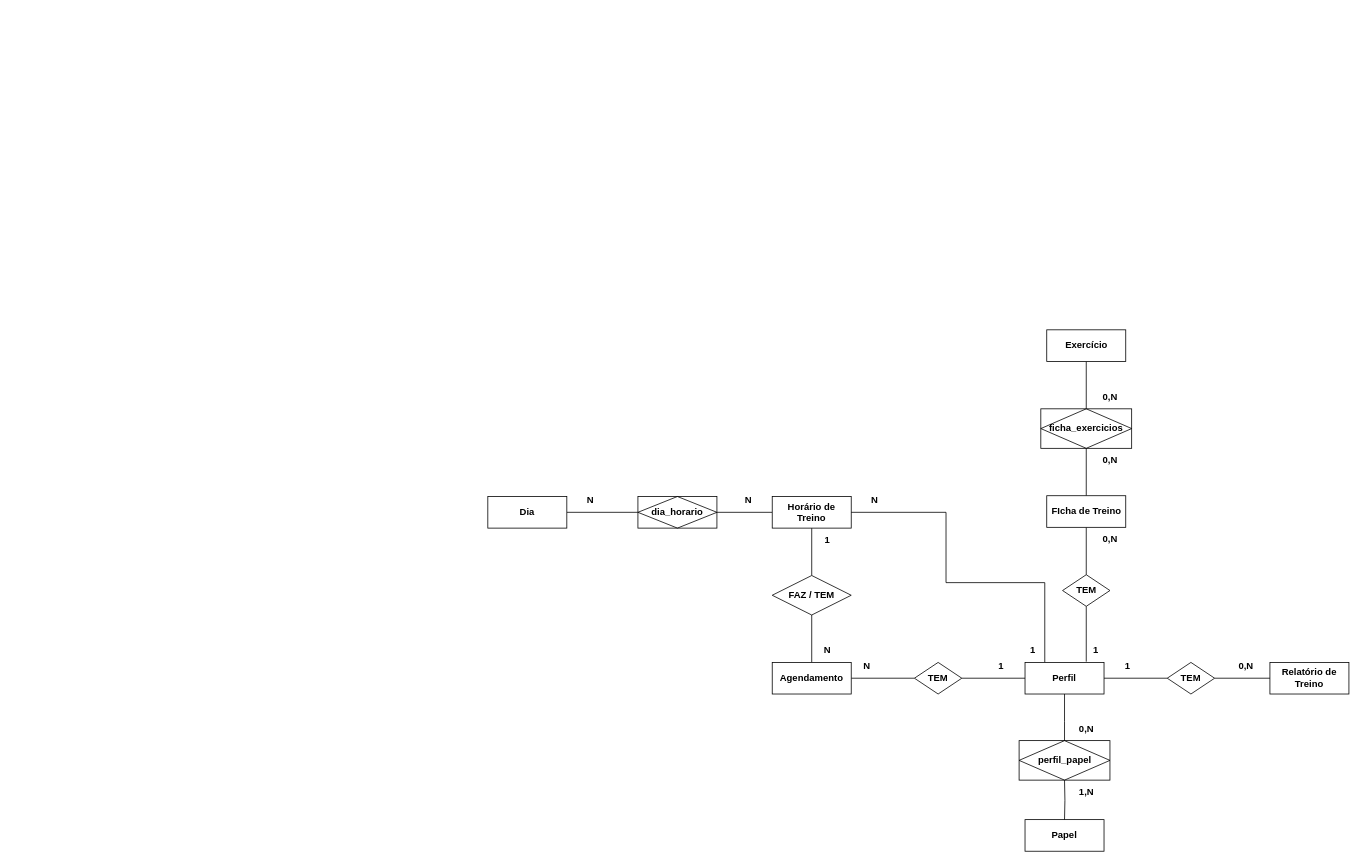
Above: gyma-der.drawio in gyma-project/gyma-docs (draw.io), before the change. Source tidied: cells renumbered, new cells numbered last; positions are measured from the earlier drawing's top-left corner, leaving out a move shared by most shapes. Both pictures are drawn from the tidied source at 79%, with x=0, y=0 at pixel (487, 329).
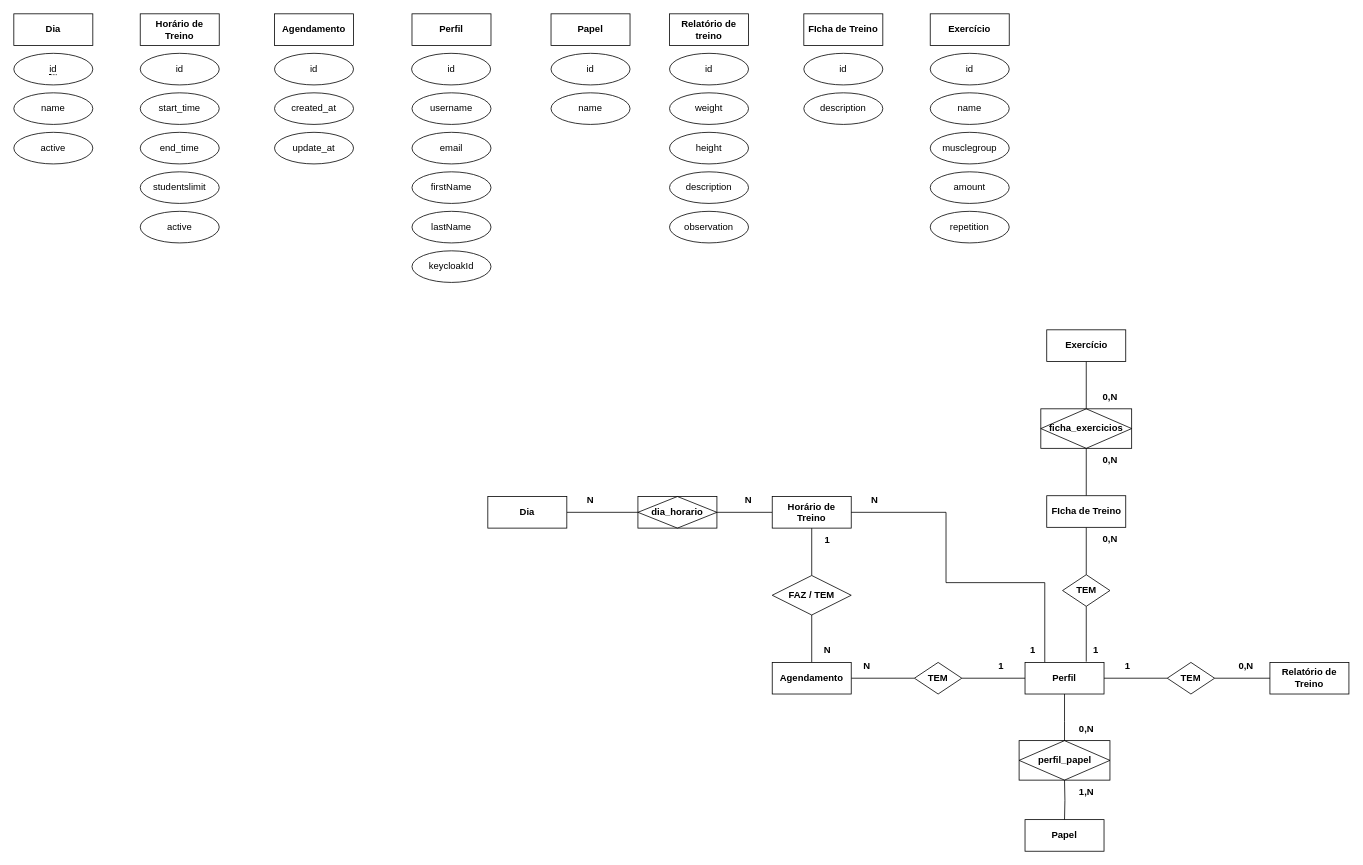
The same page after the edit.

Commit message:
refactor: der e modelo logico

Diff of the diagram source:
```diff
@@
+    <mxCell id="48" value="Dia" style="whiteSpace=wrap;html=1;align=center;fontStyle=1;" parent="1" vertex="1">
+      <mxGeometry x="-600" y="-400" width="100" height="40" as="geometry" />
+    </mxCell>
+    <mxCell id="49" value="&lt;span style=&quot;border-bottom: 1px dotted&quot;&gt;id&lt;/span&gt;" style="ellipse;whiteSpace=wrap;html=1;align=center;" parent="1" vertex="1">
+      <mxGeometry x="-600" y="-350" width="100" height="40" as="geometry" />
+    </mxCell>
+    <mxCell id="50" value="name" style="ellipse;whiteSpace=wrap;html=1;align=center;" parent="1" vertex="1">
+      <mxGeometry x="-600" y="-300" width="100" height="40" as="geometry" />
+    </mxCell>
+    <mxCell id="51" value="active" style="ellipse;whiteSpace=wrap;html=1;align=center;" parent="1" vertex="1">
+      <mxGeometry x="-600" y="-250" width="100" height="40" as="geometry" />
+    </mxCell>
+    <mxCell id="52" value="&lt;b&gt;Horário de Treino&lt;/b&gt;" style="whiteSpace=wrap;html=1;align=center;" parent="1" vertex="1">
+      <mxGeometry x="-440" y="-400" width="100" height="40" as="geometry" />
+    </mxCell>
+    <mxCell id="53" value="id" style="ellipse;whiteSpace=wrap;html=1;align=center;" parent="1" vertex="1">
+      <mxGeometry x="-440" y="-350" width="100" height="40" as="geometry" />
+    </mxCell>
+    <mxCell id="54" value="start_time" style="ellipse;whiteSpace=wrap;html=1;align=center;" parent="1" vertex="1">
+      <mxGeometry x="-440" y="-300" width="100" height="40" as="geometry" />
+    </mxCell>
+    <mxCell id="55" value="end_time" style="ellipse;whiteSpace=wrap;html=1;align=center;" parent="1" vertex="1">
+      <mxGeometry x="-440" y="-250" width="100" height="40" as="geometry" />
+    </mxCell>
+    <mxCell id="56" value="studentslimit" style="ellipse;whiteSpace=wrap;html=1;align=center;" parent="1" vertex="1">
+      <mxGeometry x="-440" y="-200" width="100" height="40" as="geometry" />
+    </mxCell>
+    <mxCell id="57" value="active" style="ellipse;whiteSpace=wrap;html=1;align=center;" parent="1" vertex="1">
+      <mxGeometry x="-440" y="-150" width="100" height="40" as="geometry" />
+    </mxCell>
+    <mxCell id="58" value="&lt;b&gt;Agendamento&lt;/b&gt;" style="whiteSpace=wrap;html=1;align=center;" parent="1" vertex="1">
+      <mxGeometry x="-270" y="-400" width="100" height="40" as="geometry" />
+    </mxCell>
+    <mxCell id="59" value="id" style="ellipse;whiteSpace=wrap;html=1;align=center;" parent="1" vertex="1">
+      <mxGeometry x="-270" y="-350" width="100" height="40" as="geometry" />
+    </mxCell>
+    <mxCell id="60" value="created_at" style="ellipse;whiteSpace=wrap;html=1;align=center;" parent="1" vertex="1">
+      <mxGeometry x="-270" y="-300" width="100" height="40" as="geometry" />
+    </mxCell>
+    <mxCell id="61" value="update_at" style="ellipse;whiteSpace=wrap;html=1;align=center;" parent="1" vertex="1">
+      <mxGeometry x="-270" y="-250" width="100" height="40" as="geometry" />
+    </mxCell>
+    <mxCell id="62" value="&lt;b&gt;Perfil&lt;/b&gt;" style="whiteSpace=wrap;html=1;align=center;" parent="1" vertex="1">
+      <mxGeometry x="-96" y="-400" width="100" height="40" as="geometry" />
+    </mxCell>
+    <mxCell id="63" value="id" style="ellipse;whiteSpace=wrap;html=1;align=center;" parent="1" vertex="1">
+      <mxGeometry x="-96.5" y="-350" width="100" height="40" as="geometry" />
+    </mxCell>
+    <mxCell id="64" value="username" style="ellipse;whiteSpace=wrap;html=1;align=center;" parent="1" vertex="1">
+      <mxGeometry x="-96" y="-300" width="100" height="40" as="geometry" />
+    </mxCell>
+    <mxCell id="65" value="email" style="ellipse;whiteSpace=wrap;html=1;align=center;" parent="1" vertex="1">
+      <mxGeometry x="-96" y="-250" width="100" height="40" as="geometry" />
+    </mxCell>
+    <mxCell id="66" value="firstName" style="ellipse;whiteSpace=wrap;html=1;align=center;" parent="1" vertex="1">
+      <mxGeometry x="-96" y="-200" width="100" height="40" as="geometry" />
+    </mxCell>
+    <mxCell id="67" value="lastName" style="ellipse;whiteSpace=wrap;html=1;align=center;" parent="1" vertex="1">
+      <mxGeometry x="-96" y="-150" width="100" height="40" as="geometry" />
+    </mxCell>
+    <mxCell id="68" value="keycloakId" style="ellipse;whiteSpace=wrap;html=1;align=center;" parent="1" vertex="1">
+      <mxGeometry x="-96" y="-100" width="100" height="40" as="geometry" />
+    </mxCell>
+    <mxCell id="69" value="Papel" style="whiteSpace=wrap;html=1;align=center;fontStyle=1;" parent="1" vertex="1">
+      <mxGeometry x="80" y="-400" width="100" height="40" as="geometry" />
+    </mxCell>
+    <mxCell id="70" value="id" style="ellipse;whiteSpace=wrap;html=1;align=center;" parent="1" vertex="1">
+      <mxGeometry x="80" y="-350" width="100" height="40" as="geometry" />
+    </mxCell>
+    <mxCell id="71" value="name" style="ellipse;whiteSpace=wrap;html=1;align=center;" parent="1" vertex="1">
+      <mxGeometry x="80" y="-300" width="100" height="40" as="geometry" />
+    </mxCell>
+    <mxCell id="72" value="&lt;b&gt;Relatório de treino&lt;/b&gt;" style="whiteSpace=wrap;html=1;align=center;" parent="1" vertex="1">
+      <mxGeometry x="230" y="-400" width="100" height="40" as="geometry" />
+    </mxCell>
+    <mxCell id="73" value="id" style="ellipse;whiteSpace=wrap;html=1;align=center;" parent="1" vertex="1">
+      <mxGeometry x="230" y="-350" width="100" height="40" as="geometry" />
+    </mxCell>
+    <mxCell id="74" value="weight" style="ellipse;whiteSpace=wrap;html=1;align=center;" parent="1" vertex="1">
+      <mxGeometry x="230" y="-300" width="100" height="40" as="geometry" />
+    </mxCell>
+    <mxCell id="75" value="height" style="ellipse;whiteSpace=wrap;html=1;align=center;" parent="1" vertex="1">
+      <mxGeometry x="230" y="-250" width="100" height="40" as="geometry" />
+    </mxCell>
+    <mxCell id="76" value="description" style="ellipse;whiteSpace=wrap;html=1;align=center;" parent="1" vertex="1">
+      <mxGeometry x="230" y="-200" width="100" height="40" as="geometry" />
+    </mxCell>
+    <mxCell id="77" value="observation" style="ellipse;whiteSpace=wrap;html=1;align=center;" parent="1" vertex="1">
+      <mxGeometry x="230" y="-150" width="100" height="40" as="geometry" />
+    </mxCell>
+    <mxCell id="78" value="&lt;b&gt;FIcha de Treino&lt;/b&gt;" style="whiteSpace=wrap;html=1;align=center;" parent="1" vertex="1">
+      <mxGeometry x="400" y="-400" width="100" height="40" as="geometry" />
+    </mxCell>
+    <mxCell id="79" value="id" style="ellipse;whiteSpace=wrap;html=1;align=center;" parent="1" vertex="1">
+      <mxGeometry x="400" y="-350" width="100" height="40" as="geometry" />
+    </mxCell>
+    <mxCell id="80" value="description" style="ellipse;whiteSpace=wrap;html=1;align=center;" parent="1" vertex="1">
+      <mxGeometry x="400" y="-300" width="100" height="40" as="geometry" />
+    </mxCell>
+    <mxCell id="81" value="&lt;b&gt;Exercício&lt;/b&gt;" style="whiteSpace=wrap;html=1;align=center;" parent="1" vertex="1">
+      <mxGeometry x="560" y="-400" width="100" height="40" as="geometry" />
+    </mxCell>
+    <mxCell id="82" value="id" style="ellipse;whiteSpace=wrap;html=1;align=center;" parent="1" vertex="1">
+      <mxGeometry x="560" y="-350" width="100" height="40" as="geometry" />
+    </mxCell>
+    <mxCell id="83" value="name" style="ellipse;whiteSpace=wrap;html=1;align=center;" parent="1" vertex="1">
+      <mxGeometry x="560" y="-300" width="100" height="40" as="geometry" />
+    </mxCell>
+    <mxCell id="84" value="musclegroup" style="ellipse;whiteSpace=wrap;html=1;align=center;" parent="1" vertex="1">
+      <mxGeometry x="560" y="-250" width="100" height="40" as="geometry" />
+    </mxCell>
+    <mxCell id="85" value="amount" style="ellipse;whiteSpace=wrap;html=1;align=center;" parent="1" vertex="1">
+      <mxGeometry x="560" y="-200" width="100" height="40" as="geometry" />
+    </mxCell>
+    <mxCell id="86" value="repetition" style="ellipse;whiteSpace=wrap;html=1;align=center;" parent="1" vertex="1">
+      <mxGeometry x="560" y="-150" width="100" height="40" as="geometry" />
+    </mxCell>
```
